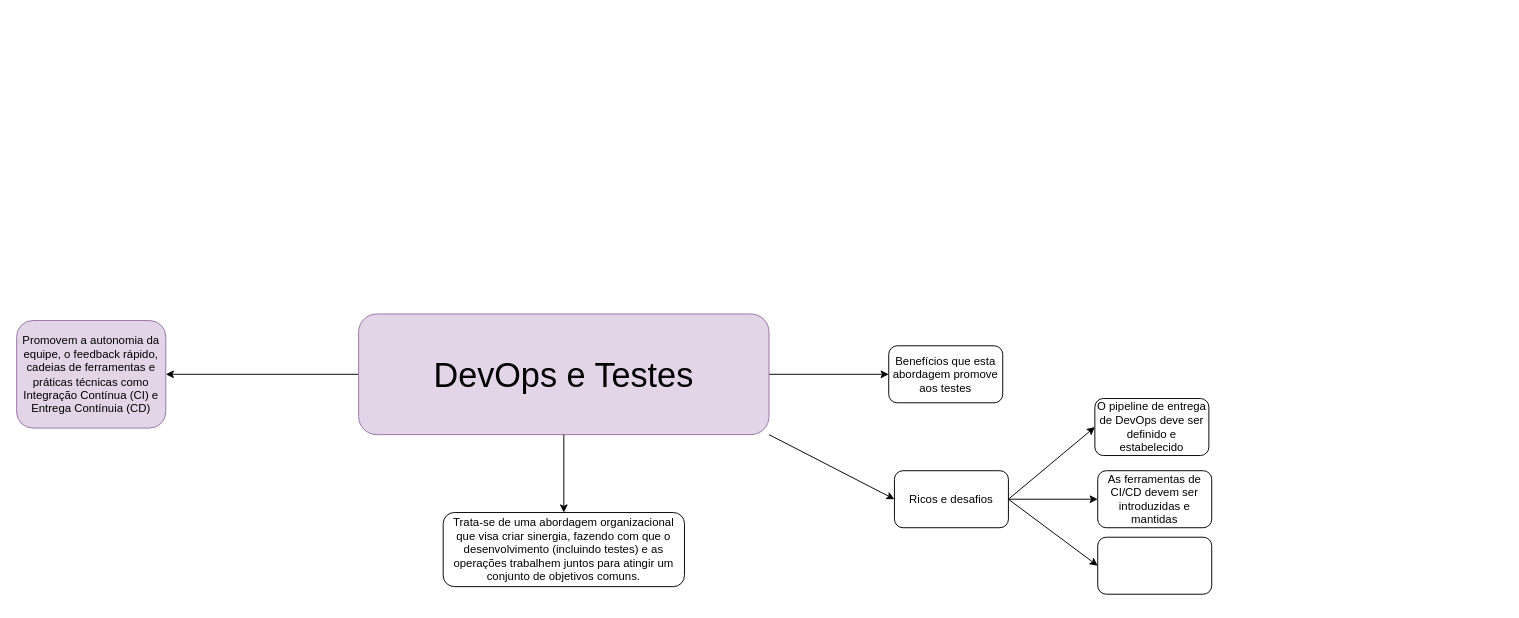
This is page "Subtopico2.1.4" (5 of 5) of capitulo2.drawio from Natalirodriguess/estudos, a draw.io file, before an edit. Source tidied: cells renumbered, new cells numbered last; positions are measured from the earlier drawing's top-left corner, leaving out a move shared by most shapes. Both pictures are drawn from the tidied source at 95%, with x=0, y=0 at pixel (16, 314).
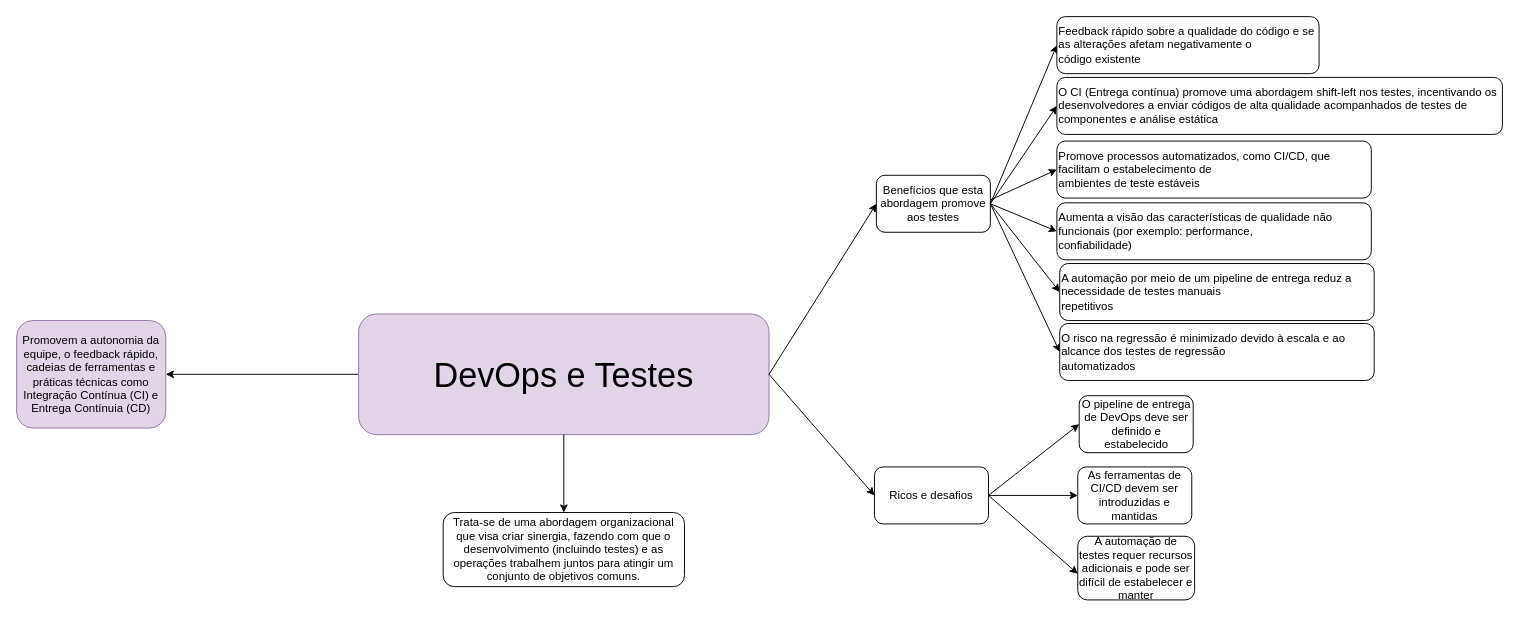
The same diagram, later.

The change refers to these unchanged cells:
```xml
<mxCell id="4" value="&lt;font style=&quot;font-size: 36px;&quot;&gt;DevOps e Testes&lt;/font&gt;" style="rounded=1;whiteSpace=wrap;html=1;fillColor=#e1d5e7;strokeColor=#9673a6;" parent="1" vertex="1">
  <mxGeometry x="360" width="432" height="127" as="geometry" />
</mxCell>
```

What changed in the source:
```diff
@@
-    <mxCell id="3" style="edgeStyle=orthogonalEdgeStyle;rounded=0;jettySize=auto;html=1;" parent="1" edge="1" source="4" target="7">
-      <mxGeometry relative="1" as="geometry" />
-    </mxCell>
@@
     <mxCell id="7" value="Benefícios que esta abordagem promove aos testes" style="rounded=1;whiteSpace=wrap;html=1;" parent="1" vertex="1">
-      <mxGeometry x="918" y="33.5" width="120" height="60" as="geometry" />
+      <mxGeometry x="905" y="-146" width="120" height="60" as="geometry" />
     </mxCell>
@@
-    <mxCell id="9" style="endArrow=classic;html=1;rounded=0;exitX=1;exitY=1;exitDx=0;exitDy=0;entryX=0;entryY=0.5;entryDx=0;entryDy=0;" parent="1" edge="1" source="4" target="10">
+    <mxCell id="9" style="endArrow=classic;html=1;rounded=0;entryX=0;entryY=0.5;entryDx=0;entryDy=0;exitX=1;exitY=0.5;exitDx=0;exitDy=0;" parent="1" edge="1" source="4" target="10">
       <mxGeometry relative="1" as="geometry" />
     </mxCell>
     <mxCell id="10" value="Ricos e desafios" style="rounded=1;whiteSpace=wrap;html=1;" parent="1" vertex="1">
-      <mxGeometry x="924" y="165" width="120" height="60" as="geometry" />
+      <mxGeometry x="903" y="161" width="120" height="60" as="geometry" />
     </mxCell>
@@
-    <mxCell id="13" style="endArrow=classic;html=1;rounded=0;exitX=1;exitY=0.5;exitDx=0;exitDy=0;entryX=0;entryY=0.5;entryDx=0;entryDy=0;" parent="1" edge="1" source="10" target="16">
-      <mxGeometry relative="1" as="geometry" />
+    <mxCell id="13" style="endArrow=classic;html=1;rounded=0;exitX=1;exitY=0.5;exitDx=0;exitDy=0;entryX=0;entryY=0.5;entryDx=0;entryDy=0;" parent="1" edge="1" source="10">
+      <mxGeometry relative="1" as="geometry">
+        <mxPoint x="1117" y="273.5" as="targetPoint" />
+      </mxGeometry>
     </mxCell>
     <mxCell id="14" value="O pipeline de entrega de DevOps deve ser definido e estabelecido" style="rounded=1;whiteSpace=wrap;html=1;" parent="1" vertex="1">
-      <mxGeometry x="1135" y="89" width="120" height="60" as="geometry" />
+      <mxGeometry x="1118.5" y="86" width="120" height="60" as="geometry" />
     </mxCell>
     <mxCell id="15" value="As ferramentas de CI/CD devem ser introduzidas e mantidas" style="rounded=1;whiteSpace=wrap;html=1;" parent="1" vertex="1">
-      <mxGeometry x="1138" y="165" width="120" height="60" as="geometry" />
+      <mxGeometry x="1117" y="161" width="120" height="60" as="geometry" />
     </mxCell>
-    <mxCell id="16" style="rounded=1;whiteSpace=wrap;html=1;" parent="1" vertex="1">
-      <mxGeometry x="1138" y="235" width="120" height="60" as="geometry" />
+    <mxCell id="16" value="A automação de testes requer recursos adicionais e pode ser difícil de estabelecer e manter" style="rounded=1;whiteSpace=wrap;html=1;" parent="1" vertex="1">
+      <mxGeometry x="1117" y="234" width="123" height="67" as="geometry" />
     </mxCell>
+    <mxCell id="3" style="endArrow=classic;html=1;rounded=0;exitX=1;exitY=0.5;exitDx=0;exitDy=0;entryX=0;entryY=0.5;entryDx=0;entryDy=0;" parent="1" edge="1" source="4" target="7">
+      <mxGeometry relative="1" as="geometry" />
+    </mxCell>
+    <mxCell id="17" style="endArrow=classic;html=1;rounded=0;exitX=1;exitY=0.5;exitDx=0;exitDy=0;entryX=0;entryY=0.5;entryDx=0;entryDy=0;" parent="1" edge="1" source="7" target="27">
+      <mxGeometry relative="1" as="geometry" />
+    </mxCell>
+    <mxCell id="18" style="endArrow=classic;html=1;rounded=0;exitX=1;exitY=0.5;exitDx=0;exitDy=0;entryX=0;entryY=0.5;entryDx=0;entryDy=0;" parent="1" edge="1" source="7" target="26">
+      <mxGeometry relative="1" as="geometry" />
+    </mxCell>
+    <mxCell id="19" style="endArrow=classic;html=1;rounded=0;exitX=1;exitY=0.5;exitDx=0;exitDy=0;entryX=0;entryY=0.5;entryDx=0;entryDy=0;" parent="1" edge="1" source="7" target="28">
+      <mxGeometry relative="1" as="geometry" />
+    </mxCell>
+    <mxCell id="20" style="endArrow=classic;html=1;rounded=0;exitX=1;exitY=0.5;exitDx=0;exitDy=0;entryX=0;entryY=0.5;entryDx=0;entryDy=0;" parent="1" edge="1" source="7" target="23">
+      <mxGeometry relative="1" as="geometry" />
+    </mxCell>
+    <mxCell id="21" style="endArrow=classic;html=1;rounded=0;exitX=1;exitY=0.5;exitDx=0;exitDy=0;entryX=0;entryY=0.5;entryDx=0;entryDy=0;" parent="1" edge="1" source="7" target="24">
+      <mxGeometry relative="1" as="geometry" />
+    </mxCell>
+    <mxCell id="22" style="endArrow=classic;html=1;rounded=0;entryX=0;entryY=0.5;entryDx=0;entryDy=0;" parent="1" edge="1" target="25">
+      <mxGeometry relative="1" as="geometry">
+        <mxPoint x="1025" y="-120" as="sourcePoint" />
+      </mxGeometry>
+    </mxCell>
+    <mxCell id="23" value="Feedback rápido sobre a qualidade do código e se as alterações afetam negativamente o &lt;br&gt;código existente" style="rounded=1;whiteSpace=wrap;html=1;align=left;" parent="1" vertex="1">
+      <mxGeometry x="1095" y="-313" width="276" height="60" as="geometry" />
+    </mxCell>
+    <mxCell id="24" value="O CI (Entrega contínua) promove uma abordagem shift-left nos testes, incentivando os &lt;br&gt;desenvolvedores a enviar códigos de alta qualidade acompanhados de testes de &lt;br&gt;componentes e análise estática" style="rounded=1;whiteSpace=wrap;html=1;align=left;" parent="1" vertex="1">
+      <mxGeometry x="1095" y="-249" width="469" height="60" as="geometry" />
+    </mxCell>
+    <mxCell id="25" value="Promove processos automatizados, como CI/CD, que facilitam o estabelecimento de &lt;br/&gt;ambientes de teste estáveis" style="rounded=1;whiteSpace=wrap;html=1;align=left;" parent="1" vertex="1">
+      <mxGeometry x="1095" y="-182" width="331" height="60" as="geometry" />
+    </mxCell>
+    <mxCell id="26" value="Aumenta a visão das características de qualidade não funcionais (por exemplo: performance, &lt;br/&gt;confiabilidade)" style="rounded=1;whiteSpace=wrap;html=1;align=left;" parent="1" vertex="1">
+      <mxGeometry x="1095" y="-117" width="331" height="60" as="geometry" />
+    </mxCell>
+    <mxCell id="27" value="A automação por meio de um pipeline de entrega reduz a necessidade de testes manuais &lt;br/&gt;repetitivos" style="rounded=1;whiteSpace=wrap;html=1;align=left;" parent="1" vertex="1">
+      <mxGeometry x="1098" y="-53.1" width="331" height="60" as="geometry" />
+    </mxCell>
+    <mxCell id="28" value="O risco na regressão é minimizado devido à escala e ao alcance dos testes de regressão &lt;br/&gt;automatizados" style="rounded=1;whiteSpace=wrap;html=1;align=left;" parent="1" vertex="1">
+      <mxGeometry x="1098" y="10" width="331" height="60" as="geometry" />
+    </mxCell>
```
